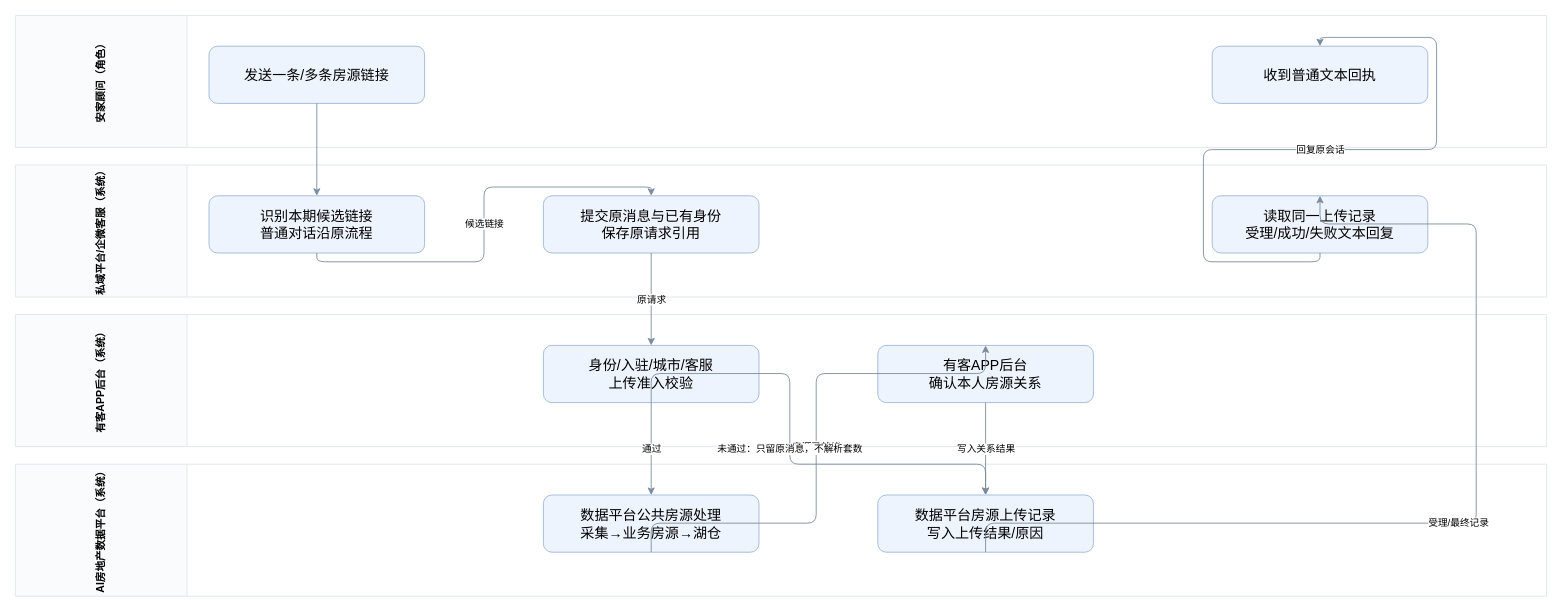
Above: page "企微上传｜识别入口与上传记录回执" (3 of 3) of B端发房共用资源/V3.0-B端房源上传与管理-角色与系统业务流程.drawio in JZT-AI/ai-real-estate-platform-v3-prototype (draw.io), before the change. Source tidied: cells renumbered, new cells numbered last; positions are measured from the earlier drawing's top-left corner, leaving out a move shared by most shapes. Both pictures are drawn from the tidied source at 88%, with x=0, y=0 at pixel (15, 15).
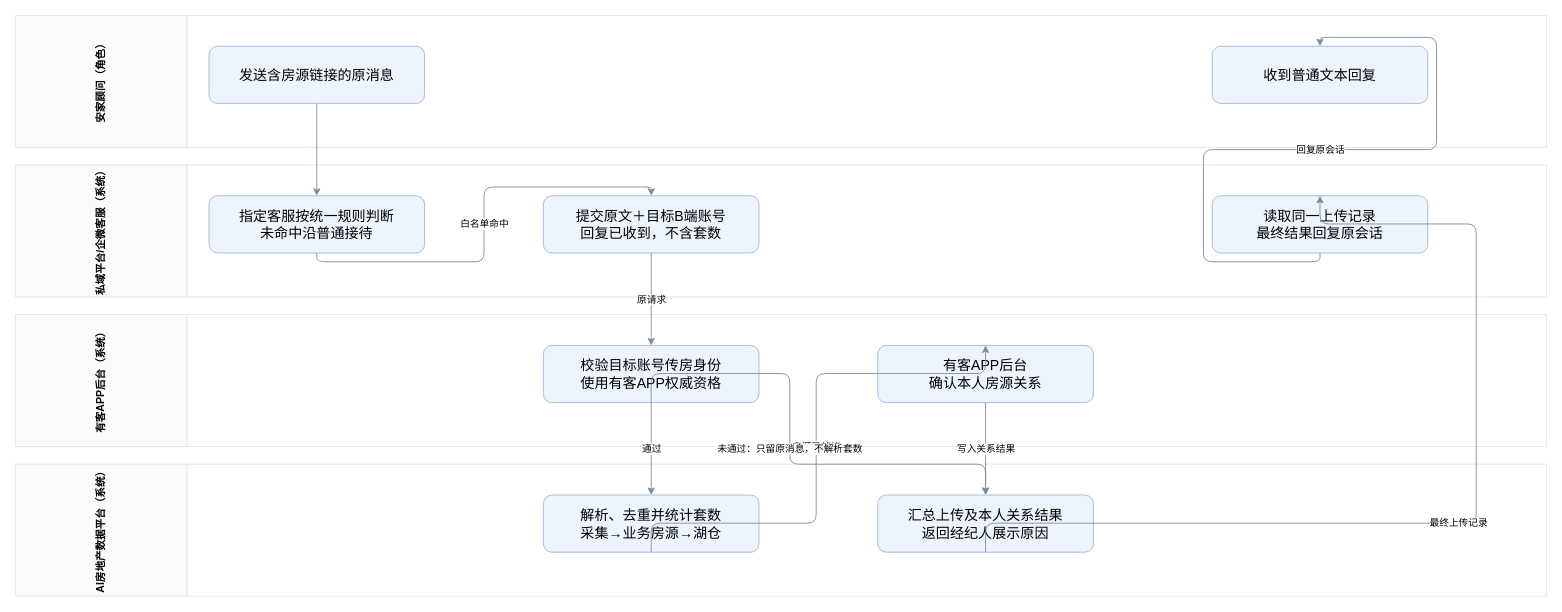
Above is the later version.

Diff of the diagram source:
```diff
@@
-    <mxCell id="6" value="发送一条/多条房源链接" style="rounded=1;whiteSpace=wrap;html=1;fillColor=#eef4fd;strokeColor=#9eb6d6;fontSize=16;" parent="1" vertex="1">
+    <mxCell id="6" value="发送含房源链接的原消息" style="rounded=1;whiteSpace=wrap;html=1;fillColor=#eef4fd;strokeColor=#9eb6d6;fontSize=16;" parent="1" vertex="1">
       <mxGeometry x="220" y="35" width="245" height="65" as="geometry" />
     </mxCell>
-    <mxCell id="7" value="收到普通文本回执" style="rounded=1;whiteSpace=wrap;html=1;fillColor=#eef4fd;strokeColor=#9eb6d6;fontSize=16;" parent="1" vertex="1">
+    <mxCell id="7" value="收到普通文本回复" style="rounded=1;whiteSpace=wrap;html=1;fillColor=#eef4fd;strokeColor=#9eb6d6;fontSize=16;" parent="1" vertex="1">
       <mxGeometry x="1360" y="35" width="245" height="65" as="geometry" />
     </mxCell>
-    <mxCell id="8" value="识别本期候选链接&lt;br&gt;普通对话沿原流程" style="rounded=1;whiteSpace=wrap;html=1;fillColor=#eef4fd;strokeColor=#9eb6d6;fontSize=16;" parent="1" vertex="1">
+    <mxCell id="8" value="指定客服按统一规则判断&lt;br&gt;未命中沿普通接待" style="rounded=1;whiteSpace=wrap;html=1;fillColor=#eef4fd;strokeColor=#9eb6d6;fontSize=16;" parent="1" vertex="1">
       <mxGeometry x="220" y="205" width="245" height="65" as="geometry" />
     </mxCell>
-    <mxCell id="9" value="提交原消息与已有身份&lt;br&gt;保存原请求引用" style="rounded=1;whiteSpace=wrap;html=1;fillColor=#eef4fd;strokeColor=#9eb6d6;fontSize=16;" parent="1" vertex="1">
+    <mxCell id="9" value="提交原文＋目标B端账号&lt;br&gt;回复已收到，不含套数" style="rounded=1;whiteSpace=wrap;html=1;fillColor=#eef4fd;strokeColor=#9eb6d6;fontSize=16;" parent="1" vertex="1">
       <mxGeometry x="600" y="205" width="245" height="65" as="geometry" />
     </mxCell>
-    <mxCell id="10" value="读取同一上传记录&lt;br&gt;受理/成功/失败文本回复" style="rounded=1;whiteSpace=wrap;html=1;fillColor=#eef4fd;strokeColor=#9eb6d6;fontSize=16;" parent="1" vertex="1">
+    <mxCell id="10" value="读取同一上传记录&lt;br&gt;最终结果回复原会话" style="rounded=1;whiteSpace=wrap;html=1;fillColor=#eef4fd;strokeColor=#9eb6d6;fontSize=16;" parent="1" vertex="1">
       <mxGeometry x="1360" y="205" width="245" height="65" as="geometry" />
     </mxCell>
-    <mxCell id="11" value="身份/入驻/城市/客服&lt;br&gt;上传准入校验" style="rounded=1;whiteSpace=wrap;html=1;fillColor=#eef4fd;strokeColor=#9eb6d6;fontSize=16;" parent="1" vertex="1">
+    <mxCell id="11" value="校验目标账号传房身份&lt;br&gt;使用有客APP权威资格" style="rounded=1;whiteSpace=wrap;html=1;fillColor=#eef4fd;strokeColor=#9eb6d6;fontSize=16;" parent="1" vertex="1">
       <mxGeometry x="600" y="375" width="245" height="65" as="geometry" />
     </mxCell>
@@
-    <mxCell id="13" value="数据平台公共房源处理&lt;br&gt;采集→业务房源→湖仓" style="rounded=1;whiteSpace=wrap;html=1;fillColor=#eef4fd;strokeColor=#9eb6d6;fontSize=16;" parent="1" vertex="1">
+    <mxCell id="13" value="解析、去重并统计套数&lt;br&gt;采集→业务房源→湖仓" style="rounded=1;whiteSpace=wrap;html=1;fillColor=#eef4fd;strokeColor=#9eb6d6;fontSize=16;" parent="1" vertex="1">
       <mxGeometry x="600" y="545" width="245" height="65" as="geometry" />
     </mxCell>
-    <mxCell id="14" value="数据平台房源上传记录&lt;br&gt;写入上传结果/原因" style="rounded=1;whiteSpace=wrap;html=1;fillColor=#eef4fd;strokeColor=#9eb6d6;fontSize=16;" parent="1" vertex="1">
+    <mxCell id="14" value="汇总上传及本人关系结果&lt;br&gt;返回经纪人展示原因" style="rounded=1;whiteSpace=wrap;html=1;fillColor=#eef4fd;strokeColor=#9eb6d6;fontSize=16;" parent="1" vertex="1">
       <mxGeometry x="980" y="545" width="245" height="65" as="geometry" />
     </mxCell>
@@
-    <mxCell id="16" value="候选链接" style="edgeStyle=orthogonalEdgeStyle;rounded=1;html=1;strokeColor=#7b8b9d;exitX=0.5;exitY=1;entryX=0.5;entryY=0;" parent="1" edge="1" source="8" target="9">
+    <mxCell id="16" value="白名单命中" style="edgeStyle=orthogonalEdgeStyle;rounded=1;html=1;strokeColor=#7b8b9d;exitX=0.5;exitY=1;entryX=0.5;entryY=0;" parent="1" edge="1" source="8" target="9">
       <mxGeometry relative="1" as="geometry" />
     </mxCell>
@@
-    <mxCell id="22" value="受理/最终记录" style="edgeStyle=orthogonalEdgeStyle;rounded=1;html=1;strokeColor=#7b8b9d;exitX=0.5;exitY=1;entryX=0.5;entryY=0;" parent="1" edge="1" source="14" target="10">
+    <mxCell id="22" value="最终上传记录" style="edgeStyle=orthogonalEdgeStyle;rounded=1;html=1;strokeColor=#7b8b9d;exitX=0.5;exitY=1;entryX=0.5;entryY=0;" parent="1" edge="1" source="14" target="10">
       <mxGeometry relative="1" as="geometry">
         <Array as="points">
           <mxPoint x="1660" y="577" />
           <mxPoint x="1660" y="237" />
         </Array>
       </mxGeometry>
     </mxCell>
```
